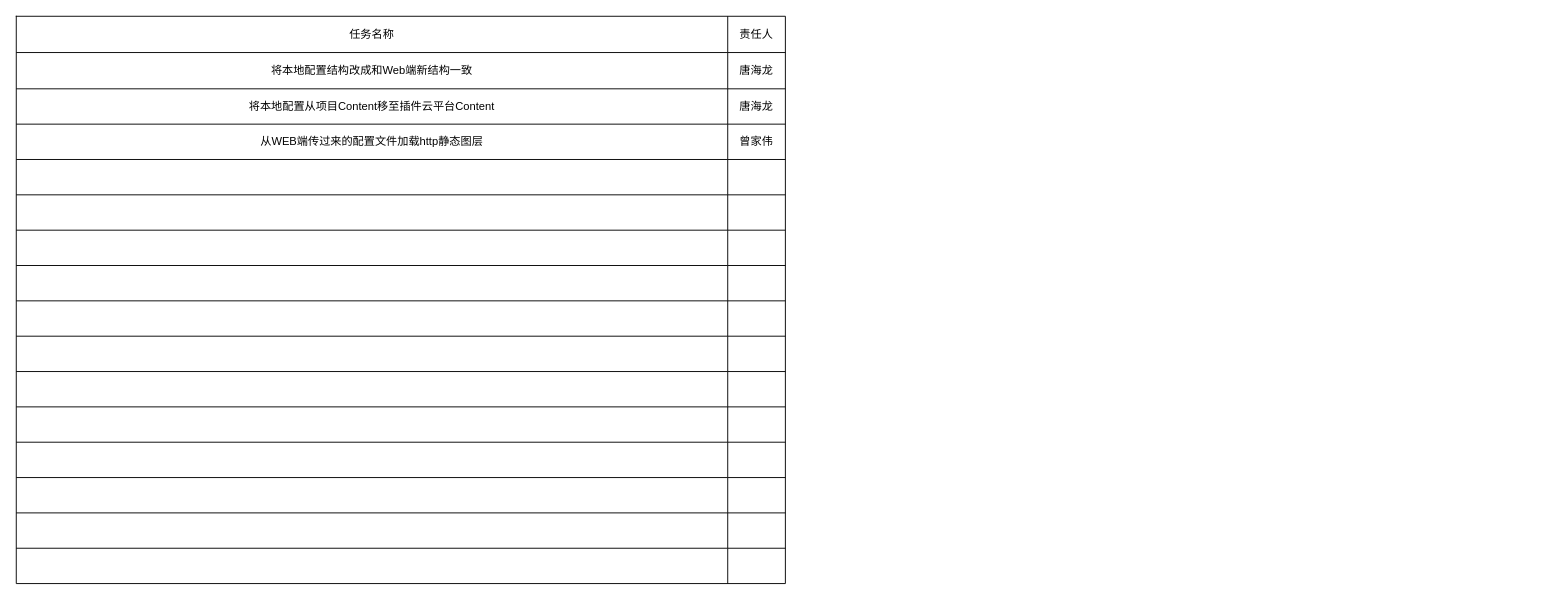
Earlier version of the draw.io diagram page "云服务平台" (6 of 7) of 工作流程.drawio (CengJia/diagrams). Source tidied: cells renumbered, new cells numbered last; positions are measured from the earlier drawing's top-left corner, leaving out a move shared by most shapes. Both pictures are drawn from the tidied source at 93%, with x=0, y=0 at pixel (16, 16).
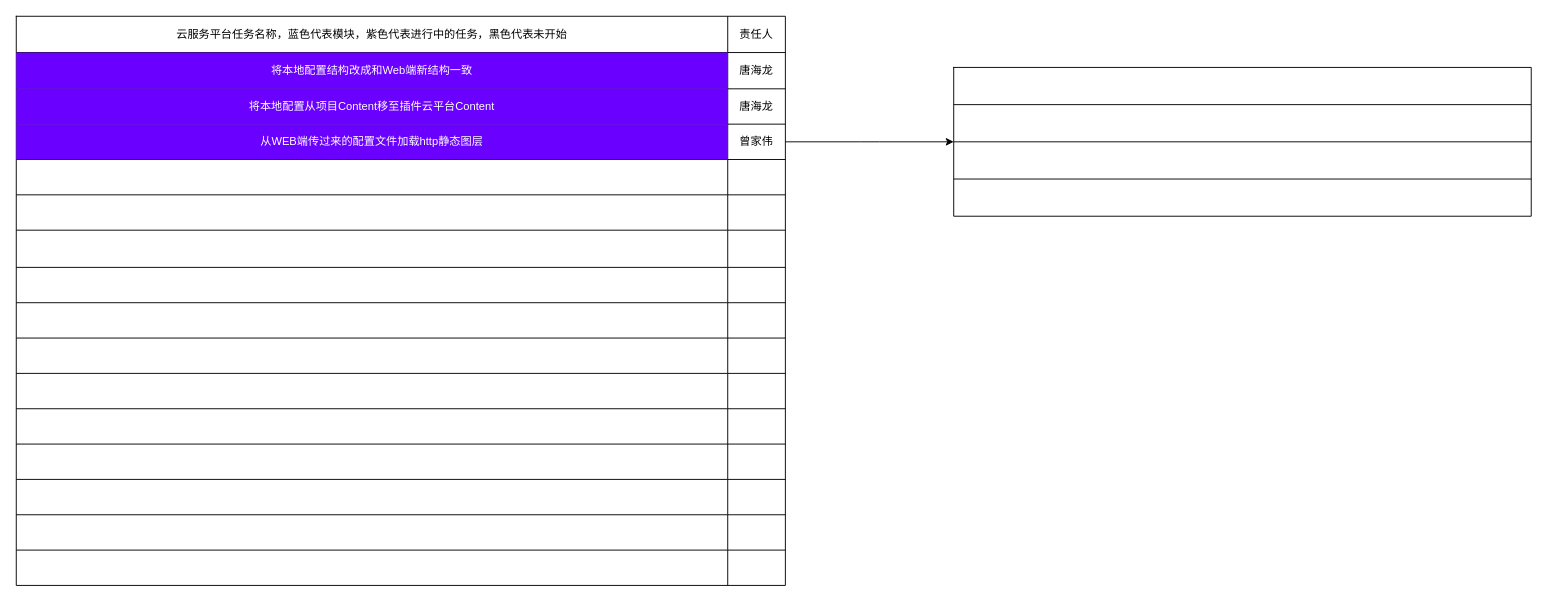
Above is the later version.

The change refers to these unchanged cells:
```xml
<mxCell id="3" style="shape=partialRectangle;fillColor=none;top=0;left=0;bottom=0;right=0;" parent="2" vertex="1">
  <mxGeometry width="827" height="39" as="geometry" />
</mxCell>
<mxCell id="6" style="shape=partialRectangle;fillColor=none;top=0;left=0;bottom=0;right=0;" parent="2" vertex="1">
  <mxGeometry y="39" width="827" height="39" as="geometry" />
</mxCell>
<mxCell id="9" style="shape=partialRectangle;fillColor=none;top=0;left=0;bottom=0;right=0;" parent="2" vertex="1">
  <mxGeometry y="78" width="827" height="38" as="geometry" />
</mxCell>
<mxCell id="12" style="shape=partialRectangle;fillColor=none;top=0;left=0;bottom=0;right=0;points=[[0,0.5],[1,0.5]];portConstraint=eastwest;" parent="2" vertex="1">
  <mxGeometry y="116" width="827" height="38" as="geometry" />
</mxCell>
```

Diff of the diagram source:
```diff
@@
     <mxCell id="2" style="shape=table;startSize=0;childLayout=tableLayout;fillColor=default;align=left;" parent="1" vertex="1">
-      <mxGeometry width="827" height="610" as="geometry" />
+      <mxGeometry width="827" height="612" as="geometry" />
     </mxCell>
@@
-    <mxCell id="4" value="任务名称" style="shape=partialRectangle;html=1;whiteSpace=wrap;overflow=hidden;fillColor=none;top=0;left=0;bottom=0;right=0;" parent="3" vertex="1">
+    <mxCell id="4" value="云服务平台任务名称，蓝色代表模块，紫色代表进行中的任务，黑色代表未开始" style="shape=partialRectangle;html=1;whiteSpace=wrap;overflow=hidden;fillColor=none;top=0;left=0;bottom=0;right=0;" parent="3" vertex="1">
       <mxGeometry width="765" height="39" as="geometry" />
     </mxCell>
@@
-    <mxCell id="7" value="&lt;div style=&quot;direction: ltr&quot;&gt;将本地配置结构改成和Web端新结构一致&lt;br&gt;&lt;/div&gt;" style="shape=partialRectangle;html=1;whiteSpace=wrap;overflow=hidden;fillColor=none;top=0;left=0;bottom=0;right=0;" parent="6" vertex="1">
+    <mxCell id="7" value="&lt;div style=&quot;direction: ltr&quot;&gt;将本地配置结构改成和Web端新结构一致&lt;br&gt;&lt;/div&gt;" style="shape=partialRectangle;html=1;whiteSpace=wrap;overflow=hidden;fillColor=#6a00ff;top=0;left=0;bottom=0;right=0;fontColor=#ffffff;strokeColor=#3700CC;" parent="6" vertex="1">
       <mxGeometry width="765" height="39" as="geometry" />
     </mxCell>
@@
-    <mxCell id="10" value="将本地配置从项目Content移至插件云平台Content" style="shape=partialRectangle;html=1;whiteSpace=wrap;overflow=hidden;fillColor=none;top=0;left=0;bottom=0;right=0;" parent="9" vertex="1">
+    <mxCell id="10" value="将本地配置从项目Content移至插件云平台Content" style="shape=partialRectangle;html=1;whiteSpace=wrap;overflow=hidden;fillColor=#6a00ff;top=0;left=0;bottom=0;right=0;fontColor=#ffffff;strokeColor=#3700CC;" parent="9" vertex="1">
       <mxGeometry width="765" height="38" as="geometry" />
     </mxCell>
@@
-    <mxCell id="13" value="从WEB端传过来的配置文件加载http静态图层" style="shape=partialRectangle;html=1;whiteSpace=wrap;overflow=hidden;fillColor=none;top=0;left=0;bottom=0;right=0;" parent="12" vertex="1">
+    <mxCell id="13" value="从WEB端传过来的配置文件加载http静态图层" style="shape=partialRectangle;html=1;whiteSpace=wrap;overflow=hidden;fillColor=#6a00ff;top=0;left=0;bottom=0;right=0;fontColor=#ffffff;strokeColor=#3700CC;" parent="12" vertex="1">
       <mxGeometry width="765" height="38" as="geometry" />
     </mxCell>
@@
     <mxCell id="21" style="shape=partialRectangle;fillColor=none;top=0;left=0;bottom=0;right=0;" parent="2" vertex="1">
-      <mxGeometry y="230" width="827" height="38" as="geometry" />
+      <mxGeometry y="230" width="827" height="40" as="geometry" />
     </mxCell>
     <mxCell id="22" style="shape=partialRectangle;html=1;whiteSpace=wrap;overflow=hidden;fillColor=none;top=0;left=0;bottom=0;right=0;" parent="21" vertex="1">
-      <mxGeometry width="765" height="38" as="geometry" />
+      <mxGeometry width="765" height="40" as="geometry" />
     </mxCell>
     <mxCell id="23" style="shape=partialRectangle;html=1;whiteSpace=wrap;overflow=hidden;fillColor=none;top=0;left=0;bottom=0;right=0;" parent="21" vertex="1">
-      <mxGeometry x="765" width="62" height="38" as="geometry" />
+      <mxGeometry x="765" width="62" height="40" as="geometry" />
     </mxCell>
     <mxCell id="24" style="shape=partialRectangle;fillColor=none;top=0;left=0;bottom=0;right=0;" parent="2" vertex="1">
-      <mxGeometry y="268" width="827" height="38" as="geometry" />
+      <mxGeometry y="270" width="827" height="38" as="geometry" />
     </mxCell>
@@
     <mxCell id="27" style="shape=partialRectangle;fillColor=none;top=0;left=0;bottom=0;right=0;" parent="2" vertex="1">
-      <mxGeometry y="306" width="827" height="38" as="geometry" />
+      <mxGeometry y="308" width="827" height="38" as="geometry" />
     </mxCell>
@@
     <mxCell id="30" style="shape=partialRectangle;fillColor=none;top=0;left=0;bottom=0;right=0;" parent="2" vertex="1">
-      <mxGeometry y="344" width="827" height="38" as="geometry" />
+      <mxGeometry y="346" width="827" height="38" as="geometry" />
     </mxCell>
@@
     <mxCell id="33" style="shape=partialRectangle;fillColor=none;top=0;left=0;bottom=0;right=0;" parent="2" vertex="1">
-      <mxGeometry y="382" width="827" height="38" as="geometry" />
+      <mxGeometry y="384" width="827" height="38" as="geometry" />
     </mxCell>
@@
     <mxCell id="36" style="shape=partialRectangle;fillColor=none;top=0;left=0;bottom=0;right=0;" parent="2" vertex="1">
-      <mxGeometry y="420" width="827" height="38" as="geometry" />
+      <mxGeometry y="422" width="827" height="38" as="geometry" />
     </mxCell>
@@
     <mxCell id="39" style="shape=partialRectangle;fillColor=none;top=0;left=0;bottom=0;right=0;" parent="2" vertex="1">
-      <mxGeometry y="458" width="827" height="38" as="geometry" />
+      <mxGeometry y="460" width="827" height="38" as="geometry" />
     </mxCell>
@@
     <mxCell id="42" style="shape=partialRectangle;fillColor=none;top=0;left=0;bottom=0;right=0;" parent="2" vertex="1">
-      <mxGeometry y="496" width="827" height="38" as="geometry" />
+      <mxGeometry y="498" width="827" height="38" as="geometry" />
     </mxCell>
@@
     <mxCell id="45" style="shape=partialRectangle;fillColor=none;top=0;left=0;bottom=0;right=0;" parent="2" vertex="1">
-      <mxGeometry y="534" width="827" height="38" as="geometry" />
+      <mxGeometry y="536" width="827" height="38" as="geometry" />
     </mxCell>
@@
     <mxCell id="48" style="shape=partialRectangle;fillColor=none;top=0;left=0;bottom=0;right=0;" parent="2" vertex="1">
-      <mxGeometry y="572" width="827" height="38" as="geometry" />
+      <mxGeometry y="574" width="827" height="38" as="geometry" />
     </mxCell>
@@
+    <mxCell id="51" style="shape=table;startSize=0;childLayout=tableLayout;fontFamily=Helvetica;fontSize=12;fontColor=default;strokeColor=default;fillColor=default;" parent="1" vertex="1">
+      <mxGeometry x="1008" y="55" width="621" height="160" as="geometry" />
+    </mxCell>
+    <mxCell id="52" style="shape=partialRectangle;fillColor=none;top=0;left=0;bottom=0;right=0;fontFamily=Helvetica;fontSize=12;fontColor=default;startSize=0;strokeColor=default;" parent="51" vertex="1">
+      <mxGeometry width="621" height="40" as="geometry" />
+    </mxCell>
+    <mxCell id="53" style="shape=partialRectangle;html=1;whiteSpace=wrap;overflow=hidden;fillColor=none;top=0;left=0;bottom=0;right=0;fontFamily=Helvetica;fontSize=12;fontColor=default;startSize=0;strokeColor=default;" parent="52" vertex="1">
+      <mxGeometry width="621" height="40" as="geometry" />
+    </mxCell>
+    <mxCell id="54" style="shape=partialRectangle;fillColor=none;top=0;left=0;bottom=0;right=0;fontFamily=Helvetica;fontSize=12;fontColor=default;startSize=0;strokeColor=default;" parent="51" vertex="1">
+      <mxGeometry y="40" width="621" height="40" as="geometry" />
+    </mxCell>
+    <mxCell id="55" style="shape=partialRectangle;html=1;whiteSpace=wrap;overflow=hidden;fillColor=none;top=0;left=0;bottom=0;right=0;fontFamily=Helvetica;fontSize=12;fontColor=default;startSize=0;strokeColor=default;" parent="54" vertex="1">
+      <mxGeometry width="621" height="40" as="geometry" />
+    </mxCell>
+    <mxCell id="56" style="shape=partialRectangle;fillColor=none;top=0;left=0;bottom=0;right=0;fontFamily=Helvetica;fontSize=12;fontColor=default;startSize=0;strokeColor=default;" parent="51" vertex="1">
+      <mxGeometry y="80" width="621" height="40" as="geometry" />
+    </mxCell>
+    <mxCell id="57" style="shape=partialRectangle;html=1;whiteSpace=wrap;overflow=hidden;fillColor=none;top=0;left=0;bottom=0;right=0;fontFamily=Helvetica;fontSize=12;fontColor=default;startSize=0;strokeColor=default;" parent="56" vertex="1">
+      <mxGeometry width="621" height="40" as="geometry" />
+    </mxCell>
+    <mxCell id="58" style="shape=partialRectangle;fillColor=none;top=0;left=0;bottom=0;right=0;fontFamily=Helvetica;fontSize=12;fontColor=default;startSize=0;strokeColor=default;" parent="51" vertex="1">
+      <mxGeometry y="120" width="621" height="40" as="geometry" />
+    </mxCell>
+    <mxCell id="59" style="shape=partialRectangle;html=1;whiteSpace=wrap;overflow=hidden;fillColor=none;top=0;left=0;bottom=0;right=0;fontFamily=Helvetica;fontSize=12;fontColor=default;startSize=0;strokeColor=default;" parent="58" vertex="1">
+      <mxGeometry width="621" height="40" as="geometry" />
+    </mxCell>
+    <mxCell id="60" style="edgeStyle=elbowEdgeStyle;rounded=1;jettySize=auto;html=1;exitX=1;exitY=0.5;exitDx=0;exitDy=0;entryX=0;entryY=0.5;entryDx=0;entryDy=0;fontFamily=Helvetica;fontSize=12;fontColor=default;startSize=0;" parent="1" edge="1" source="12" target="51">
+      <mxGeometry relative="1" as="geometry" />
+    </mxCell>
```
